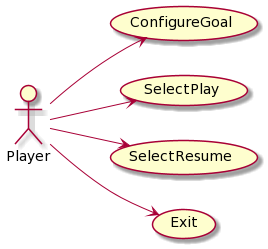
Above: rup/usecase/use_cases.png in USantaTecla-game-backgammon/backgammon (PlantUML), before the change. Its diagram source:
```plantuml
@startuml
left to right direction

actor Player

usecase ConfigureGoal
usecase SelectPlay
usecase SelectResume
usecase Exit

Player --> ConfigureGoal
Player --> SelectPlay
Player --> SelectResume
Player --> Exit
@enduml
```
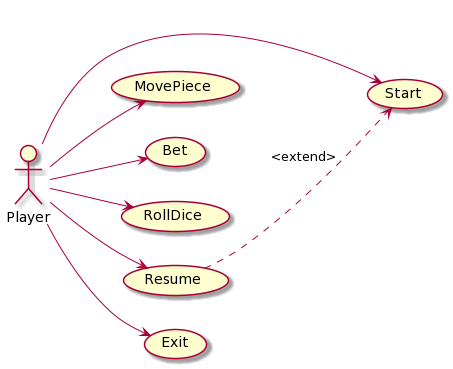
The same file after the commit.

Diff of the diagram source:
```diff
@@ -3,13 +3,18 @@
 
 actor Player
 
-usecase ConfigureGoal
-usecase SelectPlay
-usecase SelectResume
+usecase Start
+usecase MovePiece
+usecase Bet
+usecase RollDice
+usecase Resume
 usecase Exit
 
-Player --> ConfigureGoal
-Player --> SelectPlay
-Player --> SelectResume
+Player --> Start
+Player --> MovePiece
+Player --> Bet
+Player --> RollDice
+Player --> Resume
+Resume ..> Start : <extend>
 Player --> Exit
 @enduml
```
